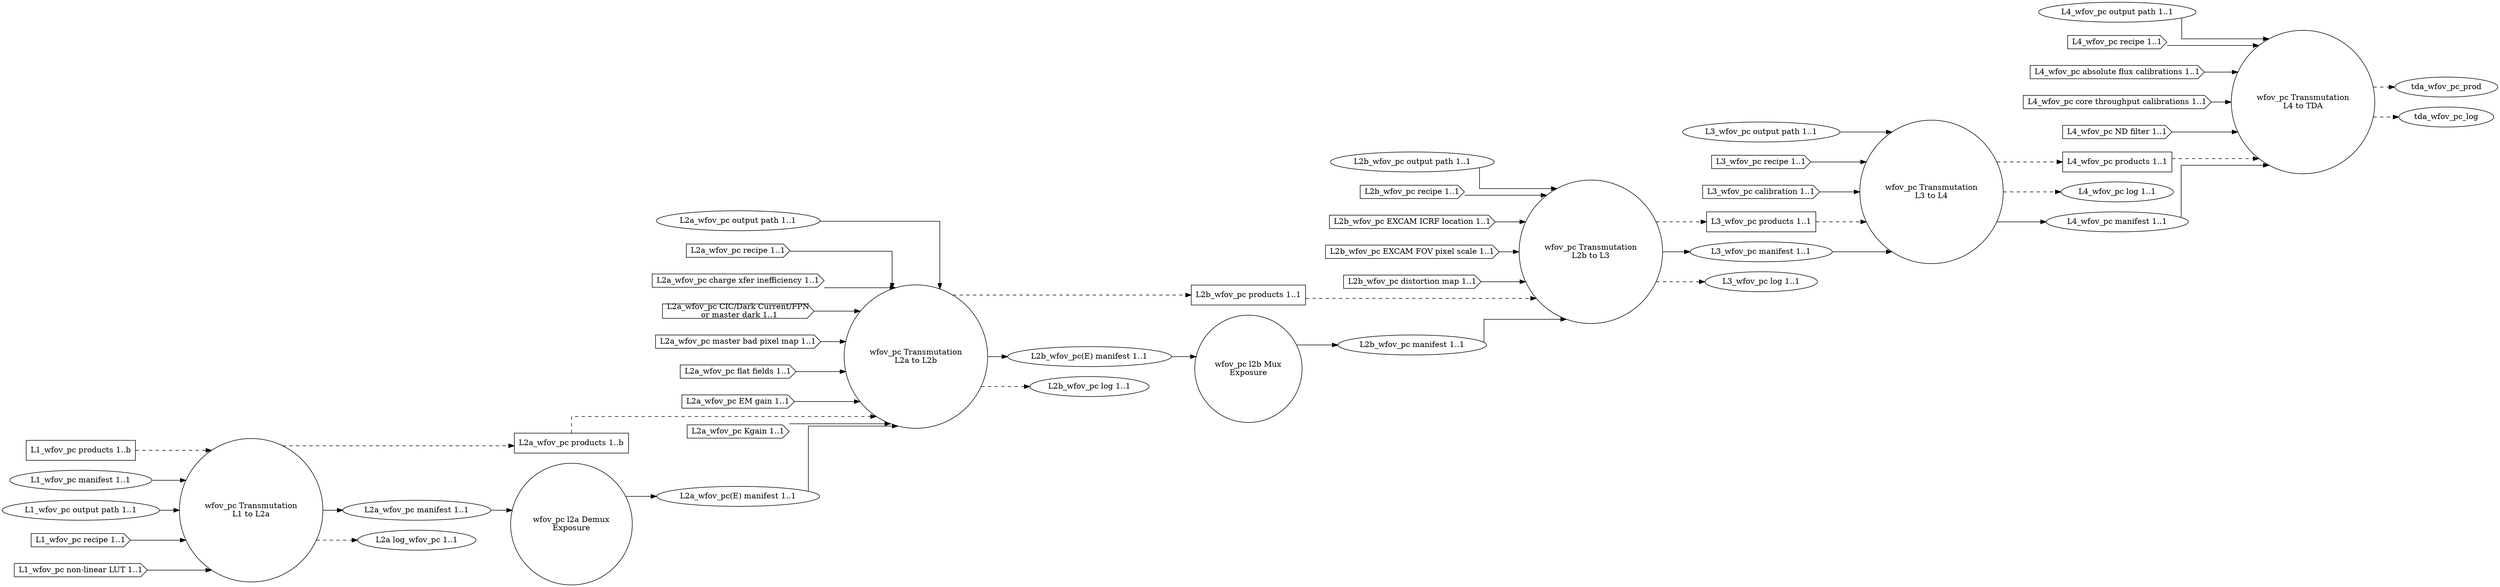
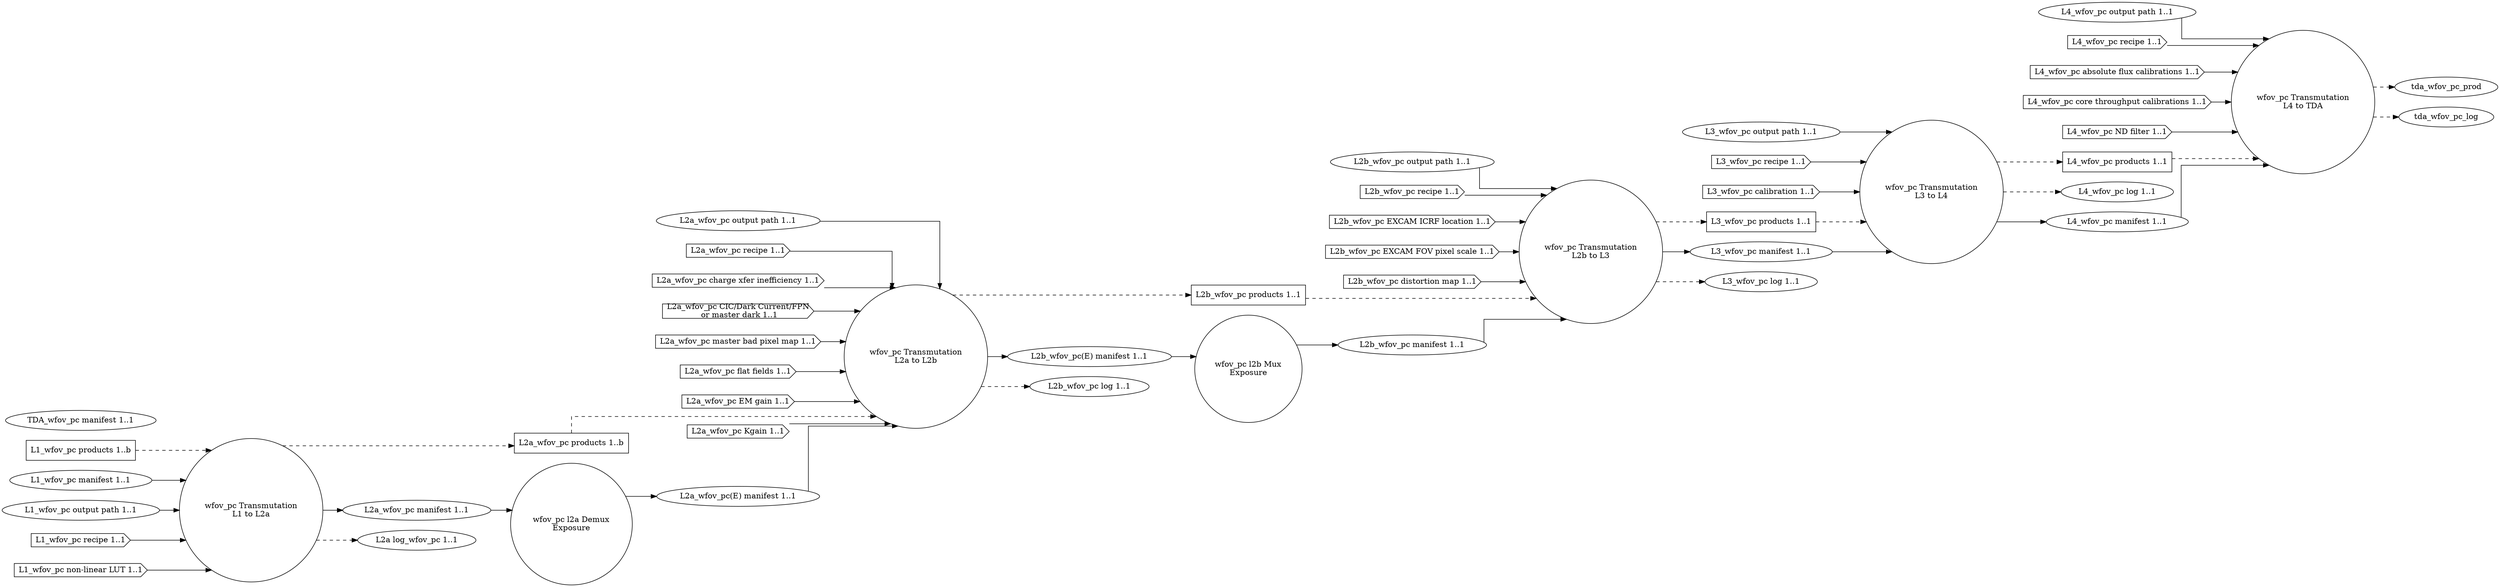
digraph WideFieldOfViewPhotonCount {
graph [splines="ortho", rankdir=LR];
trans_wfov_pc_l1_l2a [label="wfov_pc Transmutation\nL1 to L2a", shape="circle", runname="l1.transmutation_wfov_pc", runtype="dawgie.Algorithm", fsmtype="dip.base.Runner"];
l2a_wfov_pc_demux [label="wfov_pc l2a Demux\nExposure", shape="circle", runname="l2a.demux_wfov_pc", runtype="dawgie.Algorithm", fsmtype="dip.clerk.impls.demux.FSM"];
trans_wfov_pc_l2a_l2b [label="wfov_pc Transmutation\nL2a to L2b", shape="circle", runname="l2a.transmutation_wfov_pc", runtype="dawgie.Algorithm", fsmtype="dip.base.Runner"];
l2b_wfov_pc_mux [label="wfov_pc l2b Mux\nExposure", shape="circle", runname="l2b.mux_wfov_pc", runtype="dawgie.Analyzer", fsmtype="dip.clerk.impls.mux.FSM"];
trans_wfov_pc_l2b_l3 [label="wfov_pc Transmutation\nL2b to L3", shape="circle", runname="l2b.transmutation_wfov_pc", runtype="dawgie.Algorithm", fsmtype="dip.base.Runner"];
trans_wfov_pc_l3_l4 [label="wfov_pc Transmutation\nL3 to L4", shape="circle", runname="l3.transmutation_wfov_pc", runtype="dawgie.Algorithm", fsmtype="dip.base.Runner"];
trans_wfov_pc_l4_tda [label="wfov_pc Transmutation\nL4 to TDA", shape="circle", runname="l4.transmutation_wfov_pc", runtype="dawgie.Algorithm", fsmtype="dip.base.Runner"];
l1_wfov_pc_prod [label="L1_wfov_pc products 1..b", shape="rectangle"];
l1_wfov_pc_man [label="L1_wfov_pc manifest 1..1", shape="ellipse"];
l1_wfov_pc_odir [label="L1_wfov_pc output path 1..1", shape="ellipse"];
l1_wfov_pc_rec [label="L1_wfov_pc recipe 1..1", shape="cds"];
l1_wfov_pc_nllut [label="L1_wfov_pc non-linear LUT 1..1", shape="cds"];
l2a_wfov_pc_prod [label="L2a_wfov_pc products 1..b", shape="rectangle"];
l2a_wfov_pc_man [label="L2a_wfov_pc manifest 1..1", shape="ellipse", valname="l1.transmutation_wfov_pc.product.manifest", valtype="dip.base.Manifest"];
l2a_wfov_pc_odir [label="L2a_wfov_pc output path 1..1", shape="ellipse"];
l2a_wfov_pc_rec [label="L2a_wfov_pc recipe 1..1", shape="cds"];
l2a_wfov_pc_cti [label="L2a_wfov_pc charge xfer inefficiency 1..1", shape="cds"];
l2a_wfov_pc_dnb [label="L2a_wfov_pc CIC/Dark Current/FPN\n or master dark 1..1", shape="cds"];
l2a_wfov_pc_mbpm [label="L2a_wfov_pc master bad pixel map 1..1", shape="cds"];
l2a_wfov_pc_ff [label="L2a_wfov_pc flat fields 1..1", shape="cds"];
l2a_wfov_pc_emg [label="L2a_wfov_pc EM gain 1..1", shape="cds"];
l2a_wfov_pc_kgain [label="L2a_wfov_pc Kgain 1..1", shape="cds"];
l2a_wfov_pc_log [label="L2a log_wfov_pc 1..1", shape="ellipse"];
l2a_wfov_pc_man_demux [label="L2a_wfov_pc(E) manifest 1..1", shape="ellipse", valname="l2a.demux_wfov_pc.product.manifest", valtype="dip.base.Manifest"];
l2b_wfov_pc_prod [label="L2b_wfov_pc products 1..1", shape="rectangle"];
l2b_wfov_pc_man [label="L2b_wfov_pc manifest 1..1", shape="ellipse", valname="l2b.mux_wfov_pc.product.manifest", valtype="dip.base.Manifest"];
l2b_wfov_pc_odir [label="L2b_wfov_pc output path 1..1", shape="ellipse"];
l2b_wfov_pc_rec [label="L2b_wfov_pc recipe 1..1", shape="cds"];
l2b_wfov_pc_excicrf [label="L2b_wfov_pc EXCAM ICRF location 1..1", shape="cds"];
l2b_wfov_pc_excfovps [label="L2b_wfov_pc EXCAM FOV pixel scale 1..1", shape="cds"];
l2b_wfov_pc_distm [label="L2b_wfov_pc distortion map 1..1", shape="cds"];
l2b_wfov_pc_man_demux [label="L2b_wfov_pc(E) manifest 1..1", shape="ellipse", valname="l2a.transmutation_wfov_pc.product.manifest", valtype="dip.base.Manifest"];
l2b_wfov_pc_log [label="L2b_wfov_pc log 1..1", shape="ellipse"];
l3_wfov_pc_prod [label="L3_wfov_pc products 1..1", shape="rectangle"];
l3_wfov_pc_odir [label="L3_wfov_pc output path 1..1", shape="ellipse"];
l3_wfov_pc_man [label="L3_wfov_pc manifest 1..1", shape="ellipse", valname="l2b.transmutation_wfov_pc.product.manifest", valtype="dip.base.Manifest"];
l3_wfov_pc_rec [label="L3_wfov_pc recipe 1..1", shape="cds"];
l3_wfov_pc_cal [label="L3_wfov_pc calibration 1..1", shape="cds"];
l3_wfov_pc_log [label="L3_wfov_pc log 1..1", shape="ellipse"];
l4_wfov_pc_prod [label="L4_wfov_pc products 1..1", shape="rectangle"];
l4_wfov_pc_odir [label="L4_wfov_pc output path 1..1", shape="ellipse"];
l4_wfov_pc_log [label="L4_wfov_pc log 1..1", shape="ellipse"];
l4_wfov_pc_man [label="L4_wfov_pc manifest 1..1", shape="ellipse", valname="l3.transmutation_wfov_pc.product.manifest", valtype="dip.base.Manifest"];
l4_wfov_pc_rec [label="L4_wfov_pc recipe 1..1", shape="cds"];
l4_wfov_pc_afcal [label="L4_wfov_pc absolute flux calibrations 1..1", shape="cds"];
l4_wfov_pc_ctcal [label="L4_wfov_pc core throughput calibrations 1..1", shape="cds"];
l4_wfov_pc_ndfilt [label="L4_wfov_pc ND filter 1..1", shape="cds"];
+ tda_wfov_pc_man [label="TDA_wfov_pc manifest 1..1", shape="ellipse", valname="l4.transmutation_wfov_pc.product.manifest", valtype="dip.base.Manifest"];
l1_wfov_pc_prod -> trans_wfov_pc_l1_l2a [style="dashed"];
l1_wfov_pc_man -> trans_wfov_pc_l1_l2a;
l1_wfov_pc_odir -> trans_wfov_pc_l1_l2a;
l1_wfov_pc_rec -> trans_wfov_pc_l1_l2a;
l1_wfov_pc_nllut -> trans_wfov_pc_l1_l2a;
trans_wfov_pc_l1_l2a -> l2a_wfov_pc_prod [style="dashed"];
trans_wfov_pc_l1_l2a -> l2a_wfov_pc_man;
trans_wfov_pc_l1_l2a -> l2a_wfov_pc_log [style="dashed"];
l2a_wfov_pc_prod -> trans_wfov_pc_l2a_l2b [style="dashed"];
l2a_wfov_pc_odir -> trans_wfov_pc_l2a_l2b;
l2a_wfov_pc_rec -> trans_wfov_pc_l2a_l2b;
l2a_wfov_pc_cti -> trans_wfov_pc_l2a_l2b;
l2a_wfov_pc_dnb -> trans_wfov_pc_l2a_l2b;
l2a_wfov_pc_mbpm -> trans_wfov_pc_l2a_l2b;
l2a_wfov_pc_ff -> trans_wfov_pc_l2a_l2b;
l2a_wfov_pc_emg -> trans_wfov_pc_l2a_l2b;
l2a_wfov_pc_kgain -> trans_wfov_pc_l2a_l2b;
trans_wfov_pc_l2a_l2b -> l2b_wfov_pc_prod [style="dashed"];
trans_wfov_pc_l2a_l2b -> l2b_wfov_pc_man_demux;
trans_wfov_pc_l2a_l2b -> l2b_wfov_pc_log [style="dashed"];
l2a_wfov_pc_man -> l2a_wfov_pc_demux;
l2a_wfov_pc_demux -> l2a_wfov_pc_man_demux;
l2a_wfov_pc_man_demux -> trans_wfov_pc_l2a_l2b;
l2b_wfov_pc_man_demux -> l2b_wfov_pc_mux;
l2b_wfov_pc_mux -> l2b_wfov_pc_man;
l2b_wfov_pc_prod -> trans_wfov_pc_l2b_l3 [style="dashed"];
l2b_wfov_pc_man -> trans_wfov_pc_l2b_l3;
l2b_wfov_pc_odir -> trans_wfov_pc_l2b_l3;
l2b_wfov_pc_rec -> trans_wfov_pc_l2b_l3;
l2b_wfov_pc_excicrf -> trans_wfov_pc_l2b_l3;
l2b_wfov_pc_excfovps -> trans_wfov_pc_l2b_l3;
l2b_wfov_pc_distm -> trans_wfov_pc_l2b_l3;
trans_wfov_pc_l2b_l3 -> l3_wfov_pc_prod [style="dashed"];
trans_wfov_pc_l2b_l3 -> l3_wfov_pc_man;
trans_wfov_pc_l2b_l3 -> l3_wfov_pc_log [style="dashed"];
l3_wfov_pc_prod -> trans_wfov_pc_l3_l4 [style="dashed"];
l3_wfov_pc_man -> trans_wfov_pc_l3_l4;
l3_wfov_pc_odir -> trans_wfov_pc_l3_l4;
l3_wfov_pc_rec -> trans_wfov_pc_l3_l4;
l3_wfov_pc_cal -> trans_wfov_pc_l3_l4;
trans_wfov_pc_l3_l4 -> l4_wfov_pc_prod [style="dashed"];
trans_wfov_pc_l3_l4 -> l4_wfov_pc_log [style="dashed"];
trans_wfov_pc_l3_l4 -> l4_wfov_pc_man;
l4_wfov_pc_prod -> trans_wfov_pc_l4_tda [style="dashed"];
l4_wfov_pc_man -> trans_wfov_pc_l4_tda;
l4_wfov_pc_odir -> trans_wfov_pc_l4_tda;
l4_wfov_pc_rec -> trans_wfov_pc_l4_tda;
l4_wfov_pc_afcal -> trans_wfov_pc_l4_tda;
l4_wfov_pc_ctcal -> trans_wfov_pc_l4_tda;
l4_wfov_pc_ndfilt -> trans_wfov_pc_l4_tda;
trans_wfov_pc_l4_tda -> tda_wfov_pc_prod [style="dashed"];
trans_wfov_pc_l4_tda -> tda_wfov_pc_log [style="dashed"];
}
